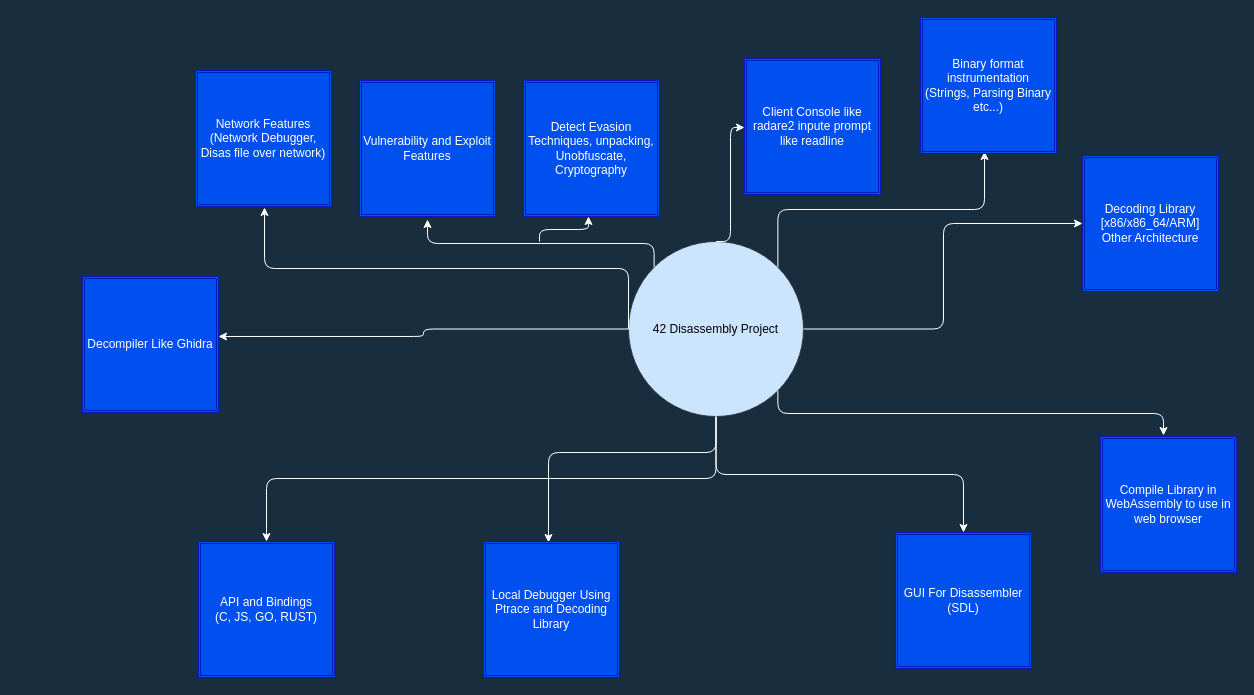
420verfl0w/42Disas keeps this draw.io diagram as 42Disas.drawio. Above is the earlier version. Source tidied: cells renumbered, new cells numbered last; positions are measured from the earlier drawing's top-left corner, leaving out a move shared by most shapes. Both pictures are drawn from the tidied source at 100%, with x=0, y=0 at pixel (82, 17).
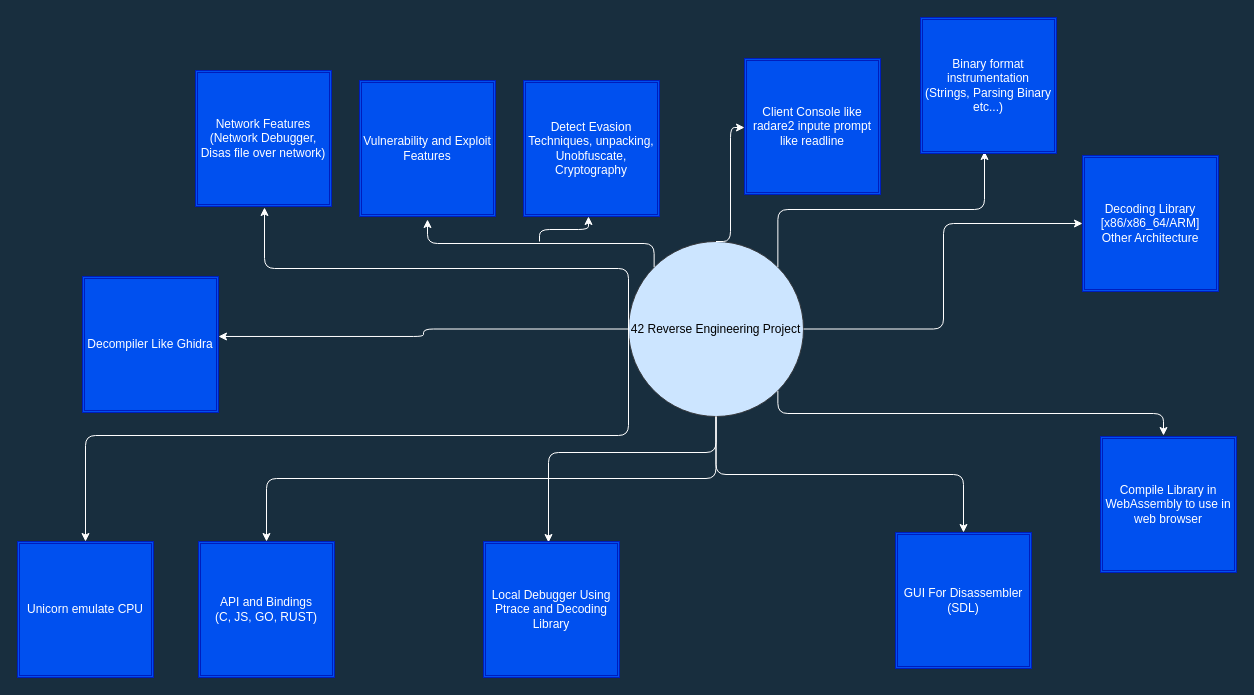
The same diagram, later.

What changed in the source:
```diff
@@
-    <mxCell id="2" value="42 Disassembly Project" style="ellipse;whiteSpace=wrap;html=1;rounded=0;sketch=0;strokeColor=#36393d;fillColor=#cce5ff;" parent="1" vertex="1">
+    <mxCell id="2" value="42 Reverse Engineering Project" style="ellipse;whiteSpace=wrap;html=1;rounded=0;sketch=0;strokeColor=#36393d;fillColor=#cce5ff;" parent="1" vertex="1">
       <mxGeometry x="546" y="224" width="175" height="175" as="geometry" />
     </mxCell>
@@
+    <mxCell id="25" style="edgeStyle=elbowEdgeStyle;elbow=vertical;endArrow=classic;html=1;rounded=1;sketch=0;fontColor=#FFFFFF;strokeColor=#FFFFFF;curved=0;exitX=0;exitY=0.5;exitDx=0;exitDy=0;" parent="1" edge="1" source="2" target="26">
+      <mxGeometry relative="1" as="geometry" />
+    </mxCell>
+    <mxCell id="26" value="Unicorn emulate CPU" style="shape=ext;double=1;whiteSpace=wrap;html=1;rounded=0;sketch=0;fontColor=#ffffff;strokeColor=#001DBC;fillColor=#0050ef;glass=0;shadow=0;labelBorderColor=none;labelBackgroundColor=none;" parent="1" vertex="1">
+      <mxGeometry x="-65" y="524" width="136" height="136" as="geometry" />
+    </mxCell>
```
